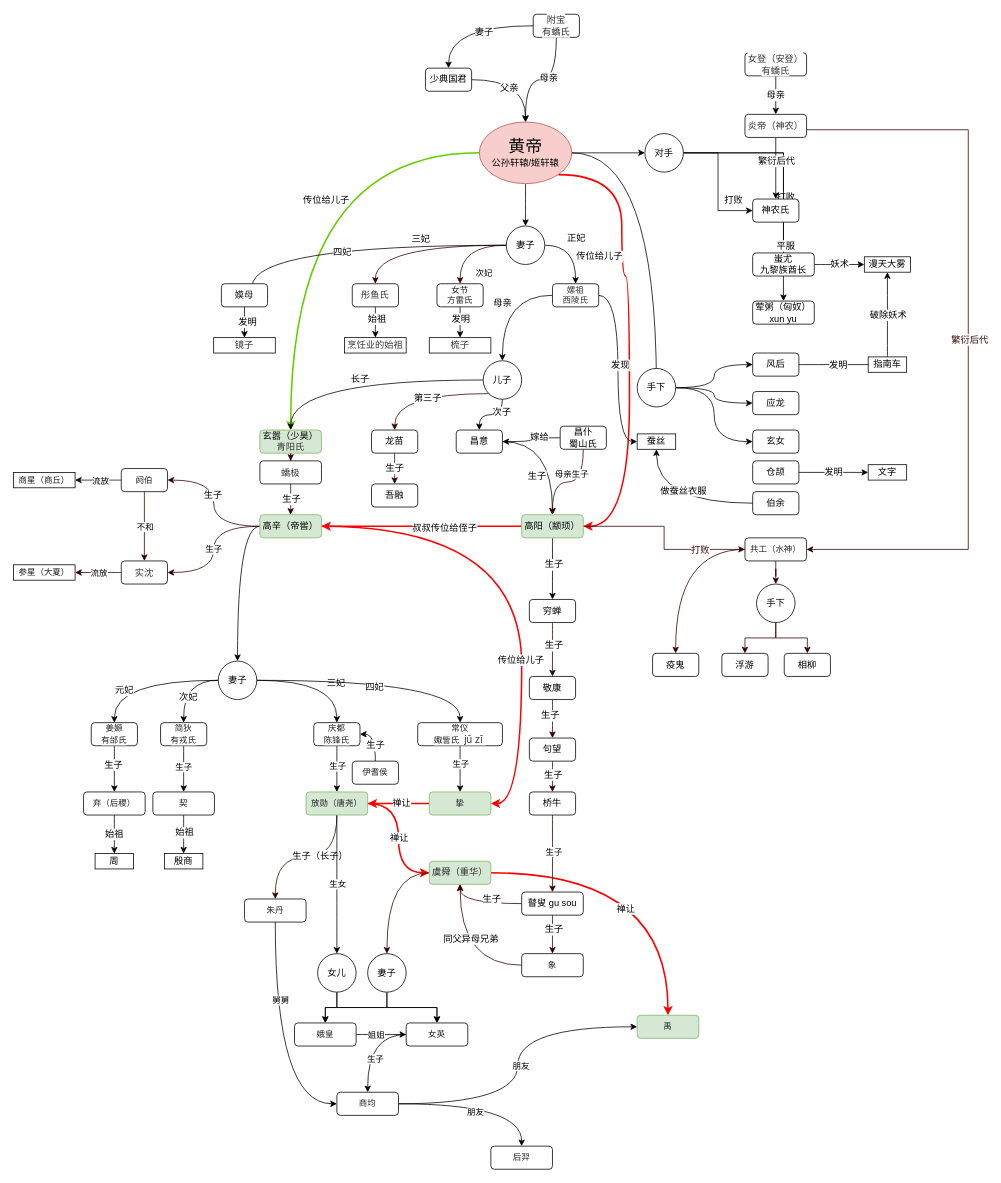
littlebeer/drawio keeps this draw.io diagram as 黄帝.drawio. Above is the earlier version. Source tidied: cells renumbered, new cells numbered last; positions are measured from the earlier drawing's top-left corner, leaving out a move shared by most shapes. Both pictures are drawn from the tidied source at 77%, with x=0, y=0 at pixel (13, 14).
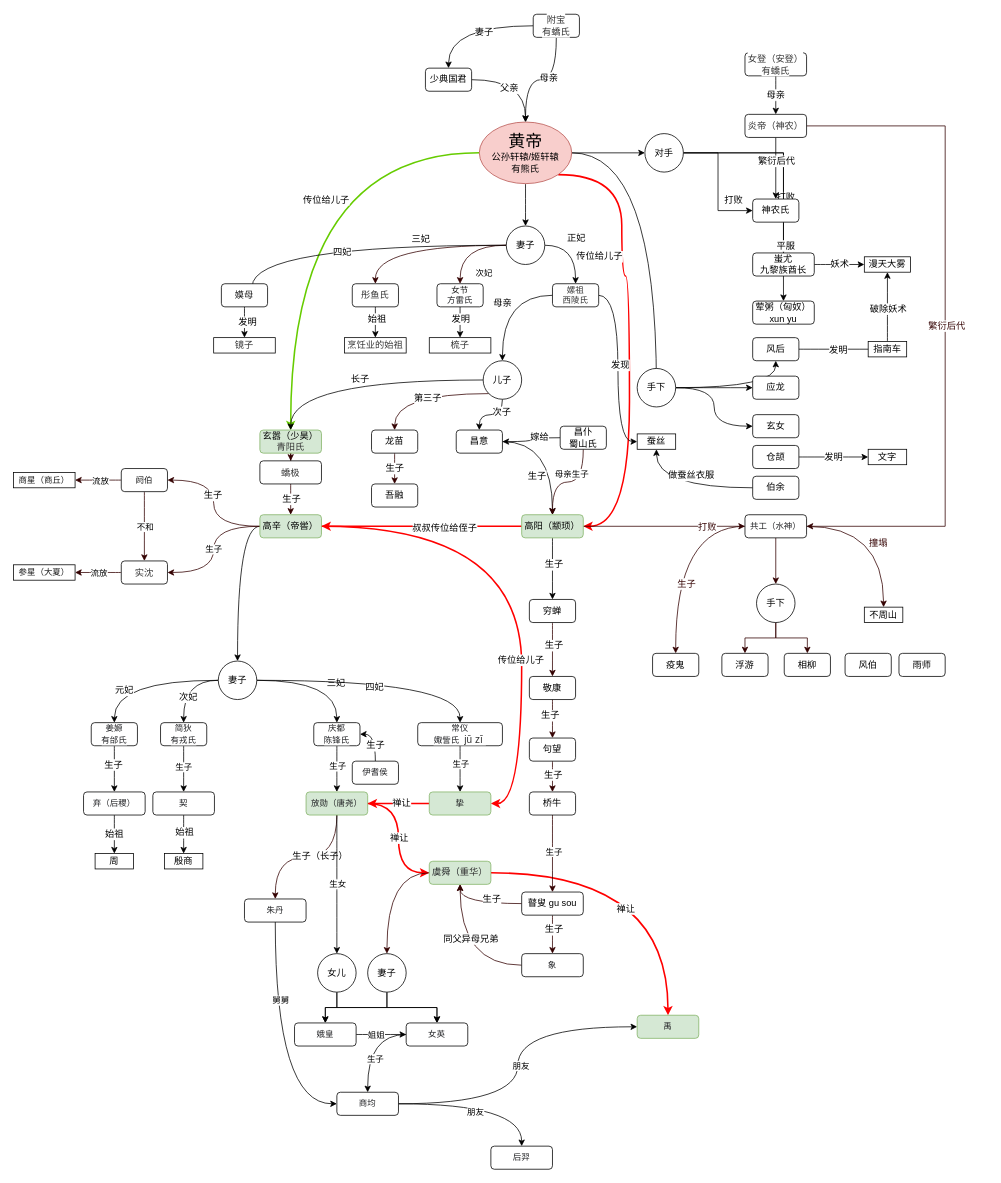
After the change.

Unchanged cells that the change refers to:
```xml
<mxCell id="27" value="&lt;span style=&quot;color: rgb(51 , 51 , 51) ; font-family: &amp;#34;helvetica neue&amp;#34; , &amp;#34;helvetica&amp;#34; , &amp;#34;arial&amp;#34; , &amp;#34;pingfang sc&amp;#34; , &amp;#34;hiragino sans gb&amp;#34; , &amp;#34;microsoft yahei&amp;#34; , &amp;#34;wenquanyi micro hei&amp;#34; , sans-serif ; text-indent: 28px ; background-color: rgb(255 , 255 , 255)&quot;&gt;炎帝（神农）&lt;/span&gt;" style="rounded=1;whiteSpace=wrap;html=1;fontSize=12;" parent="1" vertex="1">
  <mxGeometry x="950" y="130" width="80" height="30" as="geometry" />
</mxCell>
<mxCell id="177" style="edgeStyle=orthogonalEdgeStyle;rounded=0;jettySize=auto;html=1;fontSize=12;fontColor=#330000;strokeColor=#330000;strokeWidth=1;curved=1;" parent="1" edge="1" source="178" target="223">
  <mxGeometry relative="1" as="geometry" />
</mxCell>
```

Change to the diagram source:
```diff
@@
-    <mxCell id="11" value="&lt;font style=&quot;font-size: 22px&quot;&gt;黄帝&lt;/font&gt;&lt;br&gt;公孙轩辕/姬轩辕" style="ellipse;whiteSpace=wrap;html=1;fillColor=#f8cecc;strokeColor=#b85450;" parent="1" vertex="1">
+    <mxCell id="11" value="&lt;font style=&quot;font-size: 22px&quot;&gt;黄帝&lt;/font&gt;&lt;br&gt;公孙轩辕/姬轩辕&lt;br&gt;有熊氏" style="ellipse;whiteSpace=wrap;html=1;fillColor=#f8cecc;strokeColor=#b85450;" parent="1" vertex="1">
       <mxGeometry x="605" y="140" width="120" height="80" as="geometry" />
     </mxCell>
@@
     <mxCell id="25" style="edgeStyle=orthogonalEdgeStyle;rounded=0;jettySize=auto;html=1;entryX=1;entryY=0.5;entryDx=0;entryDy=0;fontSize=12;fontColor=#FF0000;strokeColor=#330000;strokeWidth=1;" parent="1" edge="1" source="27" target="178">
       <mxGeometry relative="1" as="geometry">
         <Array as="points">
-          <mxPoint x="1240" y="150" />
-          <mxPoint x="1240" y="695" />
+          <mxPoint x="1210" y="145" />
+          <mxPoint x="1210" y="665" />
         </Array>
       </mxGeometry>
     </mxCell>
@@
     <mxCell id="44" value="风后" style="rounded=1;whiteSpace=wrap;html=1;fontSize=12;" parent="1" vertex="1">
-      <mxGeometry x="960" y="440" width="60" height="30" as="geometry" />
+      <mxGeometry x="960" y="420" width="60" height="30" as="geometry" />
     </mxCell>
     <mxCell id="45" value="应龙" style="rounded=1;whiteSpace=wrap;html=1;fontSize=12;" parent="1" vertex="1">
-      <mxGeometry x="960" y="490" width="60" height="30" as="geometry" />
+      <mxGeometry x="960" y="470" width="60" height="30" as="geometry" />
     </mxCell>
     <mxCell id="46" value="玄女" style="rounded=1;whiteSpace=wrap;html=1;fontSize=12;" parent="1" vertex="1">
-      <mxGeometry x="960" y="540" width="60" height="30" as="geometry" />
+      <mxGeometry x="960" y="520" width="60" height="30" as="geometry" />
     </mxCell>
@@
     <mxCell id="49" value="指南车" style="rounded=0;whiteSpace=wrap;html=1;fontSize=12;" parent="1" vertex="1">
-      <mxGeometry x="1110" y="445" width="50" height="20" as="geometry" />
+      <mxGeometry x="1110" y="425" width="50" height="20" as="geometry" />
     </mxCell>
@@
     <mxCell id="52" value="仓颉" style="rounded=1;whiteSpace=wrap;html=1;fontSize=12;" parent="1" vertex="1">
-      <mxGeometry x="960" y="580" width="60" height="30" as="geometry" />
+      <mxGeometry x="960" y="560" width="60" height="30" as="geometry" />
     </mxCell>
     <mxCell id="53" value="文字" style="rounded=0;whiteSpace=wrap;html=1;fontSize=12;" parent="1" vertex="1">
-      <mxGeometry x="1110" y="585" width="50" height="20" as="geometry" />
+      <mxGeometry x="1110" y="565" width="50" height="20" as="geometry" />
     </mxCell>
@@
     <mxCell id="68" value="伯余" style="rounded=1;whiteSpace=wrap;html=1;fontSize=12;" parent="1" vertex="1">
-      <mxGeometry x="960" y="620" width="60" height="30" as="geometry" />
+      <mxGeometry x="960" y="600" width="60" height="30" as="geometry" />
     </mxCell>
@@
+    <mxCell id="224" value="生子" style="edgeLabel;html=1;align=center;verticalAlign=middle;fontSize=12;fontColor=#330000;" parent="177" vertex="1">
+      <mxGeometry x="0.29" y="13" relative="1" as="geometry" />
+    </mxCell>
+    <mxCell id="225" style="edgeStyle=orthogonalEdgeStyle;curved=1;rounded=0;jettySize=auto;html=1;fontSize=12;fontColor=#330000;strokeColor=#330000;strokeWidth=1;" parent="1" edge="1" source="178" target="227">
+      <mxGeometry relative="1" as="geometry" />
+    </mxCell>
+    <mxCell id="226" value="撞塌" style="edgeLabel;html=1;align=center;verticalAlign=middle;fontSize=12;fontColor=#330000;" parent="225" vertex="1">
+      <mxGeometry x="-0.11" y="-21" relative="1" as="geometry">
+        <mxPoint x="1" as="offset" />
+      </mxGeometry>
+    </mxCell>
     <mxCell id="178" value="&lt;span style=&quot;color: rgb(32 , 33 , 36) ; font-family: &amp;quot;menlo&amp;quot; , monospace ; font-size: 11px ; text-align: left ; background-color: rgb(255 , 255 , 255)&quot;&gt;共工（水神）&lt;br&gt;&lt;/span&gt;" style="rounded=1;whiteSpace=wrap;html=1;fontSize=12;" parent="1" vertex="1">
-      <mxGeometry x="950" y="680" width="80" height="30" as="geometry" />
+      <mxGeometry x="950" y="650" width="80" height="30" as="geometry" />
     </mxCell>
@@
+    <mxCell id="227" value="不周山" style="rounded=0;whiteSpace=wrap;html=1;fontSize=12;" parent="1" vertex="1">
+      <mxGeometry x="1105" y="770" width="50" height="20" as="geometry" />
+    </mxCell>
+    <mxCell id="228" value="风伯" style="rounded=1;whiteSpace=wrap;html=1;fontSize=12;" parent="1" vertex="1">
+      <mxGeometry x="1080" y="830" width="60" height="30" as="geometry" />
+    </mxCell>
+    <mxCell id="229" value="雨师" style="rounded=1;whiteSpace=wrap;html=1;fontSize=12;" parent="1" vertex="1">
+      <mxGeometry x="1150" y="830" width="60" height="30" as="geometry" />
+    </mxCell>
```
